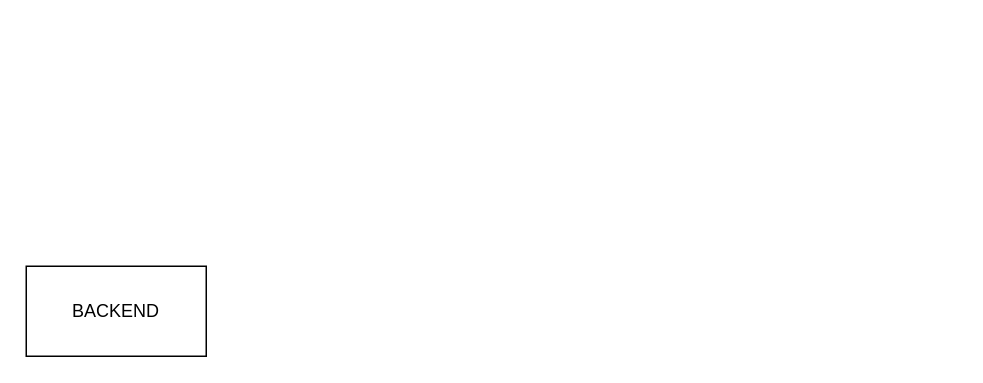
The draw.io diagram assets/architecture.drawio in amaurydelille/google-cloud-agent-development-kit-hackathon-2025, before the edit. Source tidied: cells renumbered, new cells numbered last; positions are measured from the earlier drawing's top-left corner, leaving out a move shared by most shapes. Both pictures are drawn from the tidied source at 150%, with x=0, y=0 at pixel (26, 266).
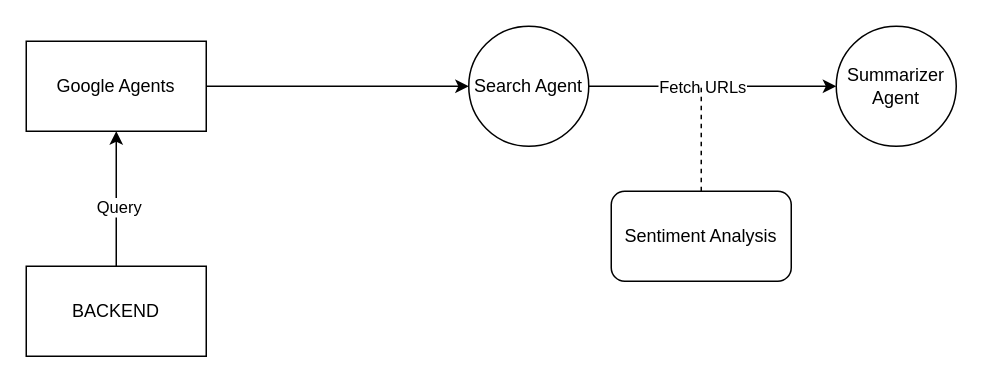
The same diagram, later.

Commit message (it also covers changes not shown here):
feat(AI): new agents + classifiers

What changed in the source:
```diff
@@
 <mxGraphModel>
   <root>
     <mxCell id="0" />
     <mxCell id="1" parent="0" />
+    <mxCell id="3" style="edgeStyle=none;html=1;" parent="1" edge="1" source="2" target="6">
+      <mxGeometry relative="1" as="geometry" />
+    </mxCell>
+    <mxCell id="4" value="Query" style="edgeLabel;html=1;align=center;verticalAlign=middle;" parent="3" vertex="1">
+      <mxGeometry x="-0.11" y="-1" relative="1" as="geometry" />
+    </mxCell>
     <mxCell id="2" value="BACKEND" style="rounded=0;whiteSpace=wrap;html=1;" parent="1" vertex="1">
       <mxGeometry width="120" height="60" as="geometry" />
     </mxCell>
+    <mxCell id="5" style="edgeStyle=none;html=1;" parent="1" edge="1" source="6" target="9">
+      <mxGeometry relative="1" as="geometry" />
+    </mxCell>
+    <mxCell id="6" value="Google Agents" style="rounded=0;whiteSpace=wrap;html=1;" parent="1" vertex="1">
+      <mxGeometry y="-150" width="120" height="60" as="geometry" />
+    </mxCell>
+    <mxCell id="7" style="edgeStyle=none;html=1;" parent="1" edge="1" source="9" target="10">
+      <mxGeometry relative="1" as="geometry" />
+    </mxCell>
+    <mxCell id="8" value="Fetch URLs" style="edgeLabel;html=1;align=center;verticalAlign=middle;" parent="7" vertex="1">
+      <mxGeometry x="-0.3" y="2" relative="1" as="geometry">
+        <mxPoint x="17" y="2" as="offset" />
+      </mxGeometry>
+    </mxCell>
+    <mxCell id="9" value="Search Agent" style="ellipse;whiteSpace=wrap;html=1;rounded=0;" parent="1" vertex="1">
+      <mxGeometry x="295" y="-160" width="80" height="80" as="geometry" />
+    </mxCell>
+    <mxCell id="10" value="Summarizer Agent" style="ellipse;whiteSpace=wrap;html=1;rounded=0;" parent="1" vertex="1">
+      <mxGeometry x="540" y="-160" width="80" height="80" as="geometry" />
+    </mxCell>
+    <mxCell id="11" value="Sentiment Analysis" style="rounded=1;whiteSpace=wrap;html=1;" parent="1" vertex="1">
+      <mxGeometry x="390" y="-50" width="120" height="60" as="geometry" />
+    </mxCell>
+    <mxCell id="12" style="endArrow=none;dashed=1;html=1;exitX=0.5;exitY=0;exitDx=0;exitDy=0;" parent="1" edge="1" source="11">
+      <mxGeometry relative="1" as="geometry">
+        <mxPoint x="450" y="-120" as="targetPoint" />
+      </mxGeometry>
+    </mxCell>
   </root>
 </mxGraphModel>
```
